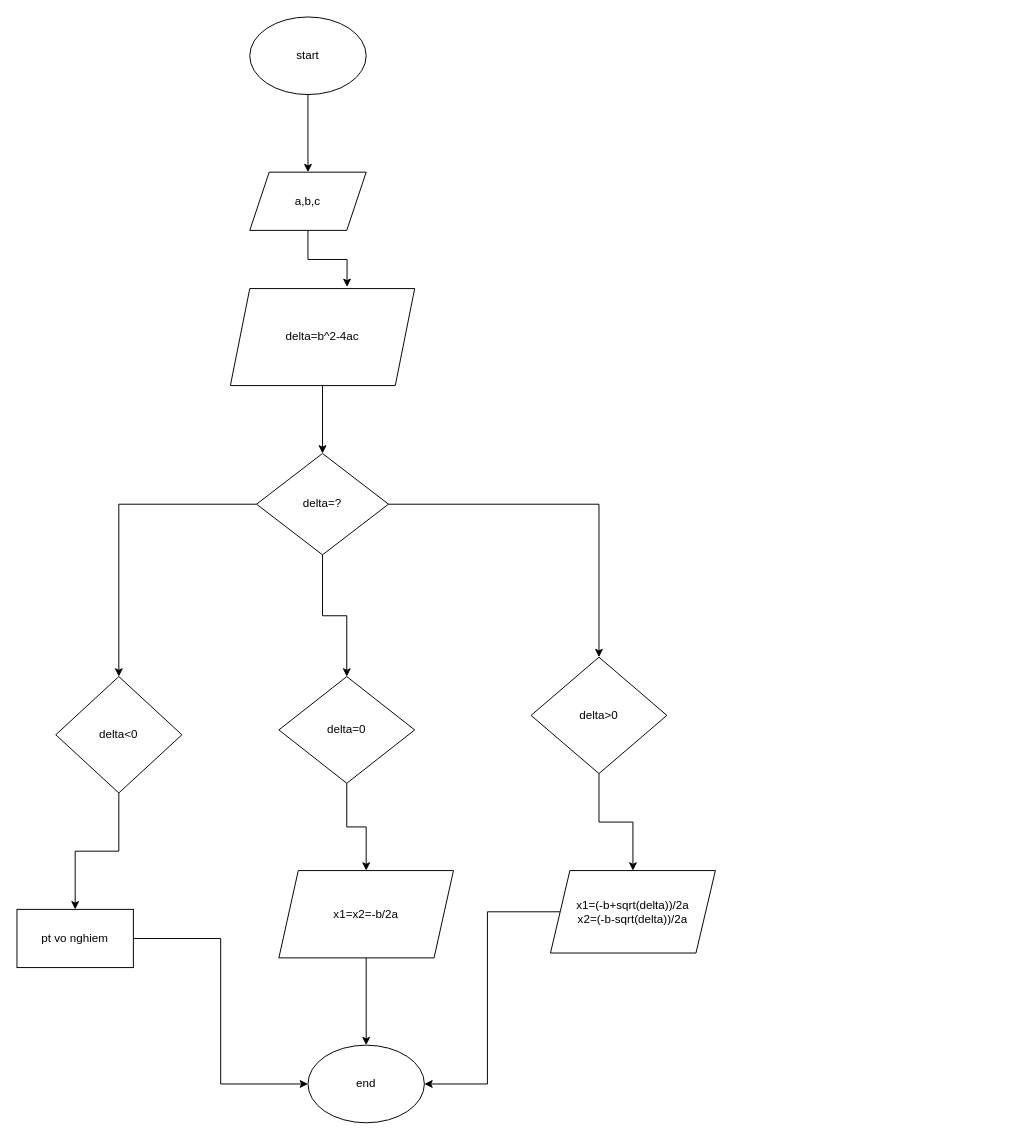
dungphamrk/C-SS5 keeps this draw.io diagram as SS5/BT1.drawio. Above is the earlier version. Source tidied: cells renumbered, new cells numbered last; positions are measured from the earlier drawing's top-left corner, leaving out a move shared by most shapes. Both pictures are drawn from the tidied source at 97%, with x=0, y=0 at pixel (16, 16).
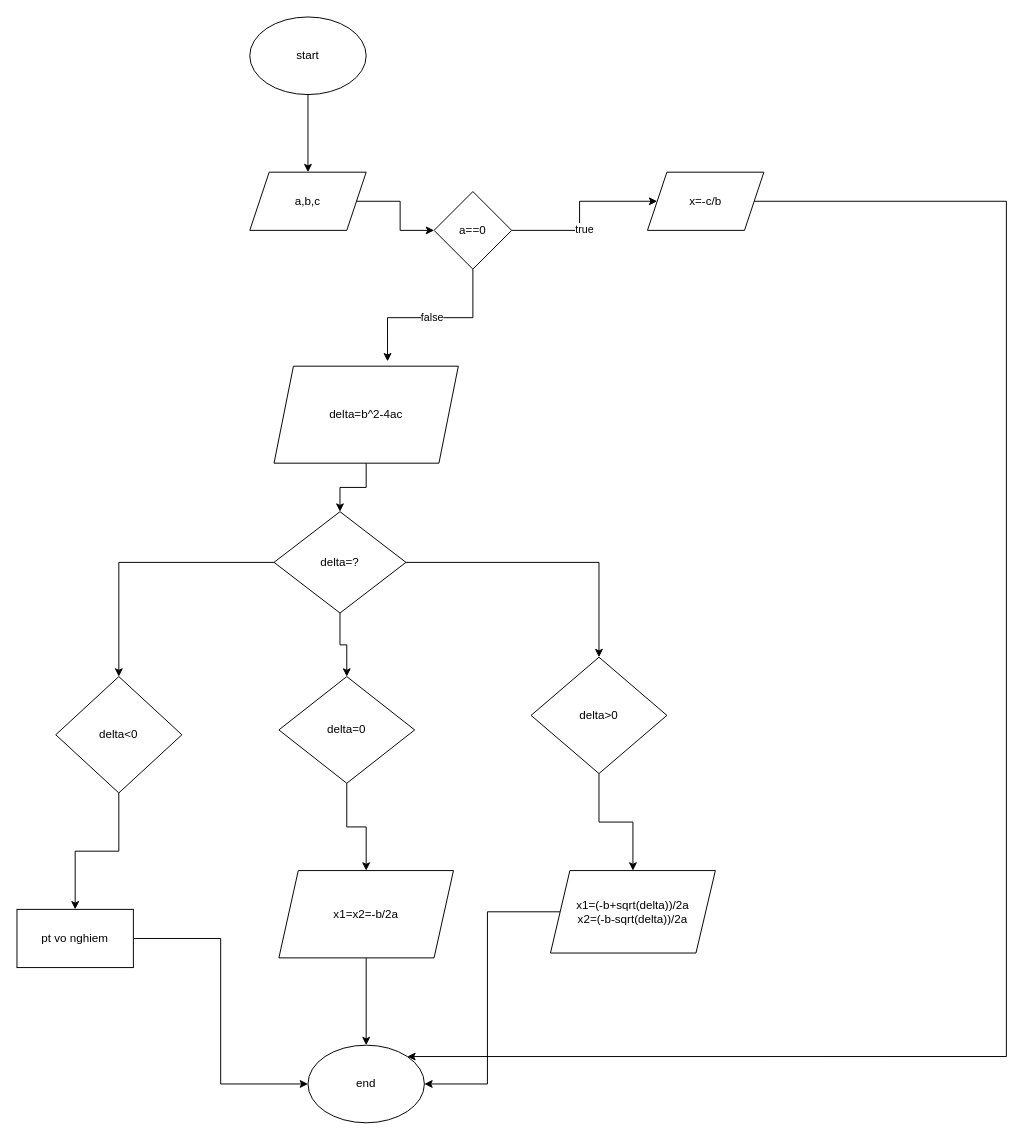
The same page after the edit.

Commit message:
Cập nhật BT1.drawio

Unchanged cells that the change refers to:
```xml
<mxCell id="4" value="a,b,c" style="shape=parallelogram;perimeter=parallelogramPerimeter;whiteSpace=wrap;html=1;fixedSize=1;" parent="1" vertex="1">
  <mxGeometry x="240" y="160" width="120" height="60" as="geometry" />
</mxCell>
<mxCell id="24" value="end" style="ellipse;whiteSpace=wrap;html=1;" parent="1" vertex="1">
  <mxGeometry x="300" y="1060" width="120" height="80" as="geometry" />
</mxCell>
```

Diff of the diagram source:
```diff
@@
     <mxCell id="6" value="delta=b^2-4ac" style="shape=parallelogram;perimeter=parallelogramPerimeter;whiteSpace=wrap;html=1;fixedSize=1;" parent="1" vertex="1">
-      <mxGeometry x="220" y="280" width="190" height="100" as="geometry" />
+      <mxGeometry x="265" y="360" width="190" height="100" as="geometry" />
     </mxCell>
-    <mxCell id="7" style="edgeStyle=orthogonalEdgeStyle;rounded=0;jettySize=auto;html=1;entryX=0.633;entryY=-0.017;entryDx=0;entryDy=0;entryPerimeter=0;" parent="1" edge="1" source="4" target="6">
+    <mxCell id="7" style="edgeStyle=orthogonalEdgeStyle;rounded=0;jettySize=auto;html=1;entryX=0;entryY=0.5;entryDx=0;entryDy=0;" parent="1" edge="1" source="4" target="27">
       <mxGeometry relative="1" as="geometry" />
     </mxCell>
@@
     <mxCell id="11" value="delta=?" style="rhombus;whiteSpace=wrap;html=1;" parent="1" vertex="1">
-      <mxGeometry x="247" y="450" width="136" height="104.5" as="geometry" />
+      <mxGeometry x="265" y="510" width="136" height="104.5" as="geometry" />
     </mxCell>
@@
+    <mxCell id="25" style="edgeStyle=orthogonalEdgeStyle;rounded=0;jettySize=auto;html=1;" parent="1" edge="1" source="27" target="30">
+      <mxGeometry relative="1" as="geometry" />
+    </mxCell>
+    <mxCell id="26" value="true" style="edgeLabel;html=1;align=center;verticalAlign=middle;" parent="25" vertex="1">
+      <mxGeometry x="-0.2" y="-4" relative="1" as="geometry" />
+    </mxCell>
+    <mxCell id="27" value="a==0" style="rhombus;whiteSpace=wrap;html=1;" parent="1" vertex="1">
+      <mxGeometry x="430" y="180" width="80" height="80" as="geometry" />
+    </mxCell>
+    <mxCell id="28" value="false" style="edgeStyle=orthogonalEdgeStyle;rounded=0;jettySize=auto;html=1;entryX=0.616;entryY=-0.05;entryDx=0;entryDy=0;entryPerimeter=0;" parent="1" edge="1" source="27" target="6">
+      <mxGeometry relative="1" as="geometry" />
+    </mxCell>
+    <mxCell id="29" style="edgeStyle=orthogonalEdgeStyle;rounded=0;jettySize=auto;html=1;entryX=1;entryY=0;entryDx=0;entryDy=0;" parent="1" edge="1" source="30" target="24">
+      <mxGeometry relative="1" as="geometry">
+        <Array as="points">
+          <mxPoint x="1020" y="190" />
+          <mxPoint x="1020" y="1072" />
+        </Array>
+      </mxGeometry>
+    </mxCell>
+    <mxCell id="30" value="x=-c/b" style="shape=parallelogram;perimeter=parallelogramPerimeter;whiteSpace=wrap;html=1;fixedSize=1;" parent="1" vertex="1">
+      <mxGeometry x="650" y="160" width="120" height="60" as="geometry" />
+    </mxCell>
```
